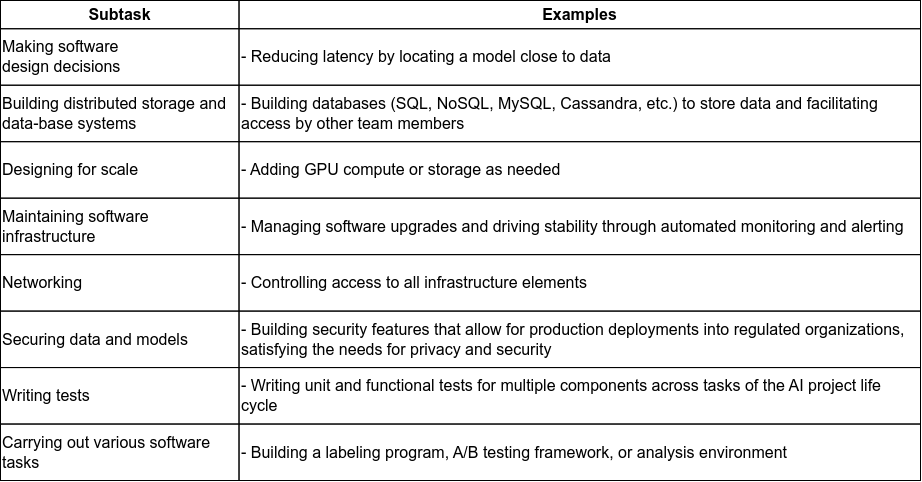
Before: diagrams/tasks_ai_infrastructure.drawio.png, a diagram exported from draw.io (ryndovaira-org/data_science_lectures). Source tidied: cells renumbered, new cells last; positions are measured from the earlier drawing's top-left corner, leaving out a move shared by most shapes.
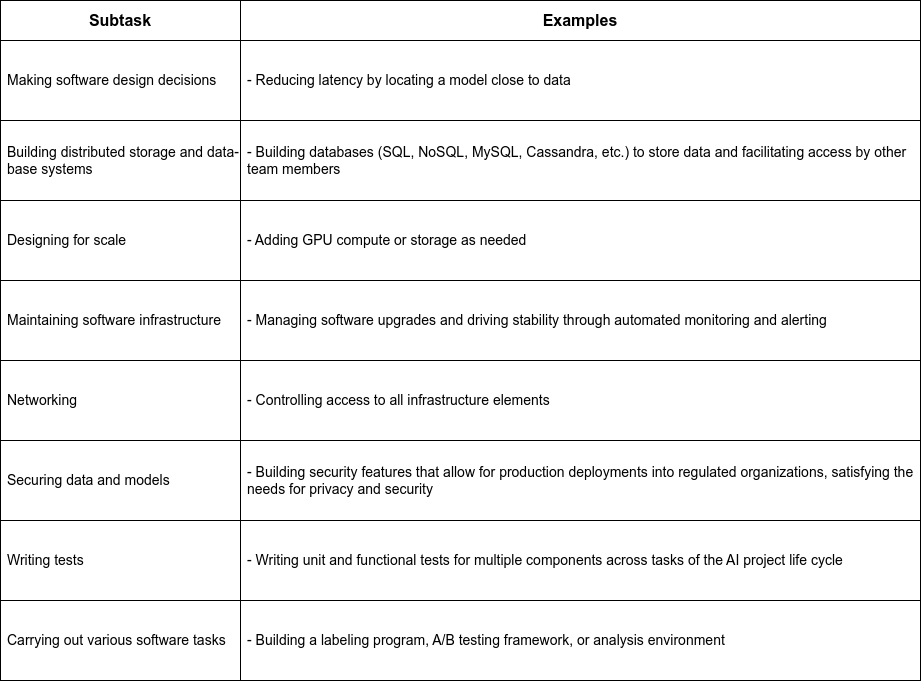
After the change.

The edit, as a diff of the source:
```diff
@@ -2,62 +2,59 @@
   <root>
     <mxCell id="0" />
     <mxCell id="1" parent="0" />
-    <mxCell id="2" style="group;fontSize=16;" parent="1" vertex="1">
-      <mxGeometry width="920" height="480" as="geometry" />
-    </mxCell>
-    <mxCell id="3" value="&lt;font style=&quot;font-size: 16px;&quot;&gt;Subtask&lt;/font&gt;" style="rounded=0;whiteSpace=wrap;html=1;fillColor=none;fontSize=16;fontStyle=1;" parent="2" vertex="1">
-      <mxGeometry width="238.5" height="28.2" as="geometry" />
+    <mxCell id="3" value="&lt;font style=&quot;font-size: 16px;&quot;&gt;Subtask&lt;/font&gt;" style="rounded=0;whiteSpace=wrap;html=1;fillColor=none;fontSize=16;fontStyle=1;" parent="1" vertex="1">
+      <mxGeometry width="240" height="40" as="geometry" />
     </mxCell>
-    <mxCell id="4" value="&lt;font style=&quot;font-size: 16px;&quot;&gt;Examples&lt;/font&gt;" style="rounded=0;whiteSpace=wrap;html=1;fillColor=none;fontSize=16;fontStyle=1;" parent="2" vertex="1">
-      <mxGeometry x="238.5" width="681.5" height="28.2" as="geometry" />
+    <mxCell id="4" value="&lt;font style=&quot;font-size: 16px;&quot;&gt;Examples&lt;/font&gt;" style="rounded=0;whiteSpace=wrap;html=1;fillColor=none;fontSize=16;fontStyle=1;" parent="1" vertex="1">
+      <mxGeometry x="240" width="680" height="40" as="geometry" />
     </mxCell>
-    <mxCell id="5" value="&lt;div style=&quot;font-size: 16px;&quot;&gt;&lt;font style=&quot;font-size: 16px;&quot;&gt;Making software design&amp;nbsp;&lt;span style=&quot;background-color: initial; font-size: 16px;&quot;&gt;decisions&lt;/span&gt;&lt;/font&gt;&lt;/div&gt;" style="rounded=0;whiteSpace=wrap;html=1;align=left;fontSize=16;fillColor=none;" parent="2" vertex="1">
-      <mxGeometry y="28.2" width="238.5" height="56.5" as="geometry" />
+    <mxCell id="5" value="&lt;div style=&quot;font-size: 14px;&quot;&gt;Making software design decisions&lt;br style=&quot;font-size: 14px;&quot;&gt;&lt;/div&gt;" style="rounded=0;whiteSpace=wrap;html=1;align=left;fontSize=14;fillColor=none;spacingLeft=5;" parent="1" vertex="1">
+      <mxGeometry y="40" width="240" height="80" as="geometry" />
     </mxCell>
-    <mxCell id="6" value="&lt;font style=&quot;font-size: 16px;&quot;&gt;- Reducing latency by locating a model close to data&lt;/font&gt;" style="rounded=0;whiteSpace=wrap;html=1;align=left;fontSize=16;fillColor=none;" parent="2" vertex="1">
-      <mxGeometry x="238.5" y="28.2" width="681.5" height="56.5" as="geometry" />
+    <mxCell id="6" value="&lt;font style=&quot;font-size: 14px;&quot;&gt;- Reducing latency by locating a model close to data&lt;/font&gt;" style="rounded=0;whiteSpace=wrap;html=1;align=left;fontSize=14;fillColor=none;spacingLeft=5;" parent="1" vertex="1">
+      <mxGeometry x="240" y="40" width="680" height="80" as="geometry" />
     </mxCell>
-    <mxCell id="7" value="&lt;div style=&quot;font-size: 16px;&quot;&gt;&lt;font style=&quot;font-size: 16px;&quot;&gt;Building&amp;nbsp;&lt;span style=&quot;font-size: 16px;&quot;&gt;distributed storage and data-&lt;/span&gt;&lt;span style=&quot;font-size: 16px;&quot;&gt;base systems&lt;/span&gt;&lt;/font&gt;&lt;/div&gt;" style="rounded=0;html=1;fontSize=16;align=left;labelBackgroundColor=none;fillColor=none;whiteSpace=wrap;" parent="2" vertex="1">
-      <mxGeometry y="84.7" width="238.5" height="56.5" as="geometry" />
+    <mxCell id="7" value="&lt;div style=&quot;font-size: 14px;&quot;&gt;&lt;font style=&quot;font-size: 14px;&quot;&gt;Building&amp;nbsp;&lt;span style=&quot;font-size: 14px;&quot;&gt;distributed storage and data-&lt;/span&gt;&lt;span style=&quot;font-size: 14px;&quot;&gt;base systems&lt;/span&gt;&lt;/font&gt;&lt;/div&gt;" style="rounded=0;html=1;fontSize=14;align=left;labelBackgroundColor=none;fillColor=none;whiteSpace=wrap;spacingLeft=5;" parent="1" vertex="1">
+      <mxGeometry y="120" width="240" height="80" as="geometry" />
     </mxCell>
-    <mxCell id="8" value="-&amp;nbsp;&lt;span style=&quot;background-color: initial; font-size: 16px;&quot;&gt;Building databases (SQL, NoSQL, MySQL, Cassandra, etc.) to store data&amp;nbsp;&lt;/span&gt;&lt;span style=&quot;background-color: initial; font-size: 16px;&quot;&gt;and facilitating access by other team members&lt;/span&gt;" style="rounded=0;html=1;fontSize=16;align=left;labelBackgroundColor=none;fillColor=none;whiteSpace=wrap;" parent="2" vertex="1">
-      <mxGeometry x="238.5" y="84.7" width="681.5" height="56.5" as="geometry" />
+    <mxCell id="8" value="-&amp;nbsp;&lt;span style=&quot;background-color: initial; font-size: 14px;&quot;&gt;Building databases (SQL, NoSQL, MySQL, Cassandra, etc.) to store data&amp;nbsp;&lt;/span&gt;&lt;span style=&quot;background-color: initial; font-size: 14px;&quot;&gt;and facilitating access by other team members&lt;/span&gt;" style="rounded=0;html=1;fontSize=14;align=left;labelBackgroundColor=none;fillColor=none;whiteSpace=wrap;spacingLeft=5;" parent="1" vertex="1">
+      <mxGeometry x="240" y="120" width="680" height="80" as="geometry" />
     </mxCell>
-    <mxCell id="9" value="Designing for scale" style="rounded=0;html=1;fontSize=16;align=left;labelBackgroundColor=none;fillColor=none;whiteSpace=wrap;" parent="2" vertex="1">
-      <mxGeometry y="141.2" width="238.5" height="56.5" as="geometry" />
+    <mxCell id="9" value="Designing for scale" style="rounded=0;html=1;fontSize=14;align=left;labelBackgroundColor=none;fillColor=none;whiteSpace=wrap;spacingLeft=5;" parent="1" vertex="1">
+      <mxGeometry y="200" width="240" height="80" as="geometry" />
     </mxCell>
-    <mxCell id="10" value="- Adding GPU compute or storage as needed" style="rounded=0;html=1;fontSize=16;align=left;labelBackgroundColor=none;fillColor=none;whiteSpace=wrap;" parent="2" vertex="1">
-      <mxGeometry x="238.5" y="141.2" width="681.5" height="56.5" as="geometry" />
+    <mxCell id="10" value="- Adding GPU compute or storage as needed" style="rounded=0;html=1;fontSize=14;align=left;labelBackgroundColor=none;fillColor=none;whiteSpace=wrap;spacingLeft=5;" parent="1" vertex="1">
+      <mxGeometry x="240" y="200" width="680" height="80" as="geometry" />
     </mxCell>
-    <mxCell id="11" value="Maintaining software infrastructure" style="rounded=0;html=1;fontSize=16;align=left;labelBackgroundColor=none;fillColor=none;whiteSpace=wrap;" parent="2" vertex="1">
-      <mxGeometry y="197.6" width="238.5" height="56.5" as="geometry" />
+    <mxCell id="11" value="Maintaining software infrastructure" style="rounded=0;html=1;fontSize=14;align=left;labelBackgroundColor=none;fillColor=none;whiteSpace=wrap;spacingLeft=5;" parent="1" vertex="1">
+      <mxGeometry y="280" width="240" height="80" as="geometry" />
     </mxCell>
-    <mxCell id="12" value="-&amp;nbsp;&lt;span style=&quot;background-color: initial; font-size: 16px;&quot;&gt;Managing software upgrades and driving stability through automated&amp;nbsp;&lt;/span&gt;&lt;span style=&quot;background-color: initial; font-size: 16px;&quot;&gt;monitoring and alerting&lt;/span&gt;" style="rounded=0;html=1;fontSize=16;align=left;labelBackgroundColor=none;fillColor=none;whiteSpace=wrap;" parent="2" vertex="1">
-      <mxGeometry x="238.5" y="197.6" width="681.5" height="56.5" as="geometry" />
+    <mxCell id="12" value="-&amp;nbsp;&lt;span style=&quot;background-color: initial; font-size: 14px;&quot;&gt;Managing software upgrades and driving stability through automated&amp;nbsp;&lt;/span&gt;&lt;span style=&quot;background-color: initial; font-size: 14px;&quot;&gt;monitoring and alerting&lt;/span&gt;" style="rounded=0;html=1;fontSize=14;align=left;labelBackgroundColor=none;fillColor=none;whiteSpace=wrap;spacingLeft=5;" parent="1" vertex="1">
+      <mxGeometry x="240" y="280" width="680" height="80" as="geometry" />
     </mxCell>
-    <mxCell id="13" value="Networking" style="rounded=0;html=1;fontSize=16;align=left;labelBackgroundColor=none;fillColor=none;whiteSpace=wrap;" parent="2" vertex="1">
-      <mxGeometry y="254.1" width="238.5" height="56.5" as="geometry" />
+    <mxCell id="13" value="Networking" style="rounded=0;html=1;fontSize=14;align=left;labelBackgroundColor=none;fillColor=none;whiteSpace=wrap;spacingLeft=5;" parent="1" vertex="1">
+      <mxGeometry y="360" width="240" height="80" as="geometry" />
     </mxCell>
-    <mxCell id="14" value="- Controlling access to all infrastructure elements" style="rounded=0;html=1;fontSize=16;align=left;labelBackgroundColor=none;fillColor=none;whiteSpace=wrap;" parent="2" vertex="1">
-      <mxGeometry x="238.5" y="254.1" width="681.5" height="56.5" as="geometry" />
+    <mxCell id="14" value="- Controlling access to all infrastructure elements" style="rounded=0;html=1;fontSize=14;align=left;labelBackgroundColor=none;fillColor=none;whiteSpace=wrap;spacingLeft=5;" parent="1" vertex="1">
+      <mxGeometry x="240" y="360" width="680" height="80" as="geometry" />
     </mxCell>
-    <mxCell id="15" value="Securing data and models" style="rounded=0;html=1;fontSize=16;align=left;labelBackgroundColor=none;fillColor=none;whiteSpace=wrap;" parent="2" vertex="1">
-      <mxGeometry y="310.6" width="238.5" height="56.5" as="geometry" />
+    <mxCell id="15" value="Securing data and models" style="rounded=0;html=1;fontSize=14;align=left;labelBackgroundColor=none;fillColor=none;whiteSpace=wrap;spacingLeft=5;" parent="1" vertex="1">
+      <mxGeometry y="440" width="240" height="80" as="geometry" />
     </mxCell>
-    <mxCell id="16" value="-&amp;nbsp;&lt;span style=&quot;background-color: initial; font-size: 16px;&quot;&gt;Building security features that allow for production deployments into&amp;nbsp;&lt;/span&gt;&lt;span style=&quot;background-color: initial; font-size: 16px;&quot;&gt;regulated organizations, satisfying the needs for privacy and security&lt;/span&gt;" style="rounded=0;html=1;fontSize=16;align=left;labelBackgroundColor=none;fillColor=none;whiteSpace=wrap;" parent="2" vertex="1">
-      <mxGeometry x="238.5" y="310.6" width="681.5" height="56.5" as="geometry" />
+    <mxCell id="16" value="-&amp;nbsp;&lt;span style=&quot;background-color: initial; font-size: 14px;&quot;&gt;Building security features that allow for production deployments into&amp;nbsp;&lt;/span&gt;&lt;span style=&quot;background-color: initial; font-size: 14px;&quot;&gt;regulated organizations, satisfying the needs for privacy and security&lt;/span&gt;" style="rounded=0;html=1;fontSize=14;align=left;labelBackgroundColor=none;fillColor=none;whiteSpace=wrap;spacingLeft=5;" parent="1" vertex="1">
+      <mxGeometry x="240" y="440" width="680" height="80" as="geometry" />
     </mxCell>
-    <mxCell id="17" value="Writing tests" style="rounded=0;html=1;fontSize=16;align=left;labelBackgroundColor=none;fillColor=none;whiteSpace=wrap;" parent="2" vertex="1">
-      <mxGeometry y="367.1" width="238.5" height="56.5" as="geometry" />
+    <mxCell id="17" value="Writing tests" style="rounded=0;html=1;fontSize=14;align=left;labelBackgroundColor=none;fillColor=none;whiteSpace=wrap;spacingLeft=5;" parent="1" vertex="1">
+      <mxGeometry y="520" width="240" height="80" as="geometry" />
     </mxCell>
-    <mxCell id="18" value="-&amp;nbsp;&lt;span style=&quot;background-color: initial; font-size: 16px;&quot;&gt;Writing unit and functional tests for multiple components across tasks&amp;nbsp;&lt;/span&gt;&lt;span style=&quot;background-color: initial; font-size: 16px;&quot;&gt;of the AI project life cycle&lt;/span&gt;" style="rounded=0;html=1;fontSize=16;align=left;labelBackgroundColor=none;fillColor=none;whiteSpace=wrap;" parent="2" vertex="1">
-      <mxGeometry x="238.5" y="367.1" width="681.5" height="56.5" as="geometry" />
+    <mxCell id="18" value="-&amp;nbsp;&lt;span style=&quot;background-color: initial; font-size: 14px;&quot;&gt;Writing unit and functional tests for multiple components across tasks&amp;nbsp;&lt;/span&gt;&lt;span style=&quot;background-color: initial; font-size: 14px;&quot;&gt;of the AI project life cycle&lt;/span&gt;" style="rounded=0;html=1;fontSize=14;align=left;labelBackgroundColor=none;fillColor=none;whiteSpace=wrap;spacingLeft=5;" parent="1" vertex="1">
+      <mxGeometry x="240" y="520" width="680" height="80" as="geometry" />
     </mxCell>
-    <mxCell id="19" value="&lt;div style=&quot;font-size: 16px;&quot;&gt;Carrying out&amp;nbsp;&lt;span style=&quot;background-color: initial; font-size: 16px;&quot;&gt;various software tasks&lt;/span&gt;&lt;/div&gt;" style="rounded=0;html=1;fontSize=16;align=left;labelBackgroundColor=none;fillColor=none;whiteSpace=wrap;" parent="2" vertex="1">
-      <mxGeometry y="423.5" width="238.5" height="56.5" as="geometry" />
+    <mxCell id="19" value="&lt;div style=&quot;font-size: 14px;&quot;&gt;Carrying out&amp;nbsp;&lt;span style=&quot;background-color: initial; font-size: 14px;&quot;&gt;various software tasks&lt;/span&gt;&lt;/div&gt;" style="rounded=0;html=1;fontSize=14;align=left;labelBackgroundColor=none;fillColor=none;whiteSpace=wrap;spacingLeft=5;" parent="1" vertex="1">
+      <mxGeometry y="600" width="240" height="80" as="geometry" />
     </mxCell>
-    <mxCell id="20" value="-&amp;nbsp;&lt;span style=&quot;background-color: initial; font-size: 16px;&quot;&gt;Building a labeling program, A/B testing framework, or analysis&amp;nbsp;&lt;/span&gt;&lt;span style=&quot;background-color: initial; font-size: 16px;&quot;&gt;environment&lt;/span&gt;" style="rounded=0;html=1;fontSize=16;align=left;labelBackgroundColor=none;fillColor=none;whiteSpace=wrap;" parent="2" vertex="1">
-      <mxGeometry x="238.5" y="423.5" width="681.5" height="56.5" as="geometry" />
+    <mxCell id="20" value="-&amp;nbsp;&lt;span style=&quot;background-color: initial; font-size: 14px;&quot;&gt;Building a labeling program, A/B testing framework, or analysis&amp;nbsp;&lt;/span&gt;&lt;span style=&quot;background-color: initial; font-size: 14px;&quot;&gt;environment&lt;/span&gt;" style="rounded=0;html=1;fontSize=14;align=left;labelBackgroundColor=none;fillColor=none;whiteSpace=wrap;spacingLeft=5;" parent="1" vertex="1">
+      <mxGeometry x="240" y="600" width="680" height="80" as="geometry" />
     </mxCell>
   </root>
 </mxGraphModel>
```
